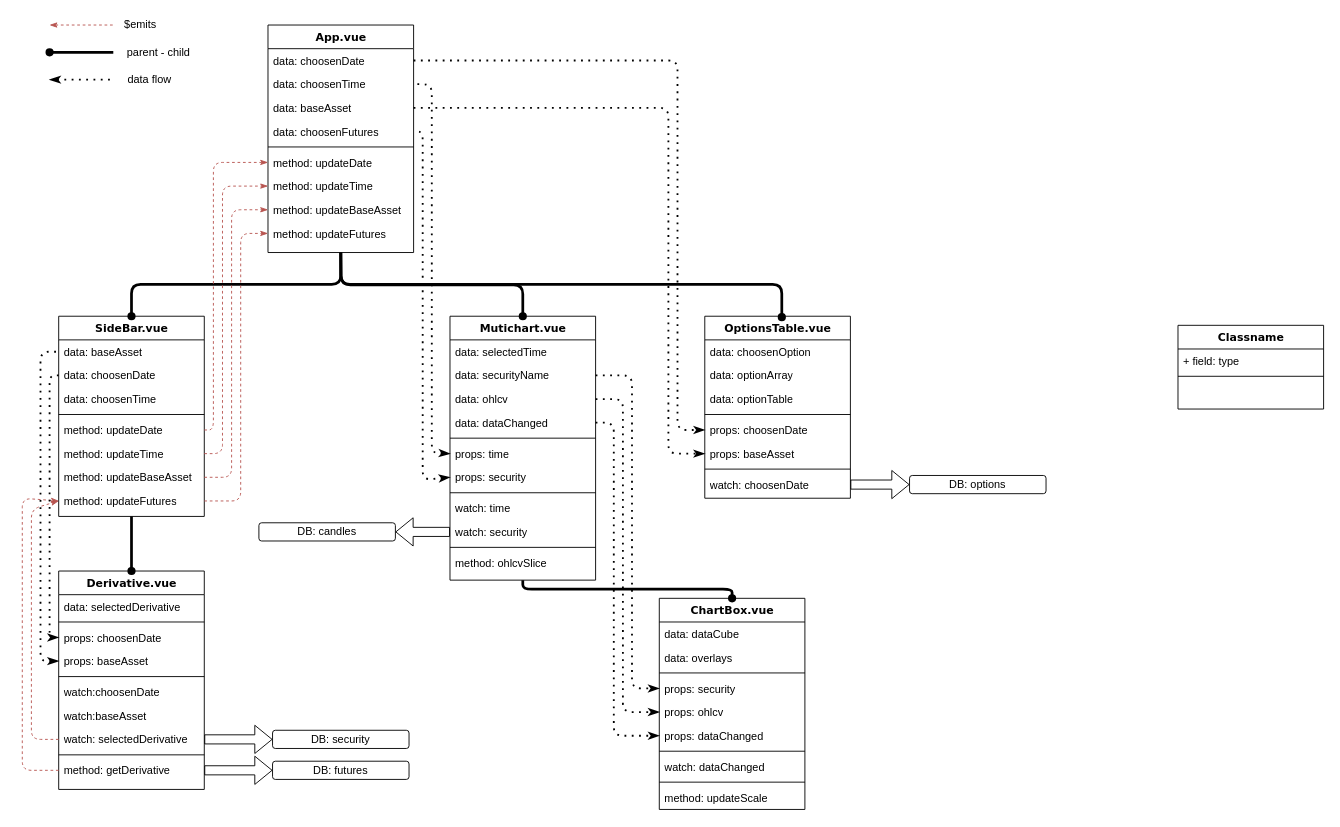
nullquant/options-vue-front keeps this draw.io diagram as Class Diagram.drawio. Above is the earlier version. Source tidied: cells renumbered, new cells numbered last; positions are measured from the earlier drawing's top-left corner, leaving out a move shared by most shapes. Both pictures are drawn from the tidied source at 91%, with x=0, y=0 at pixel (22, 15).
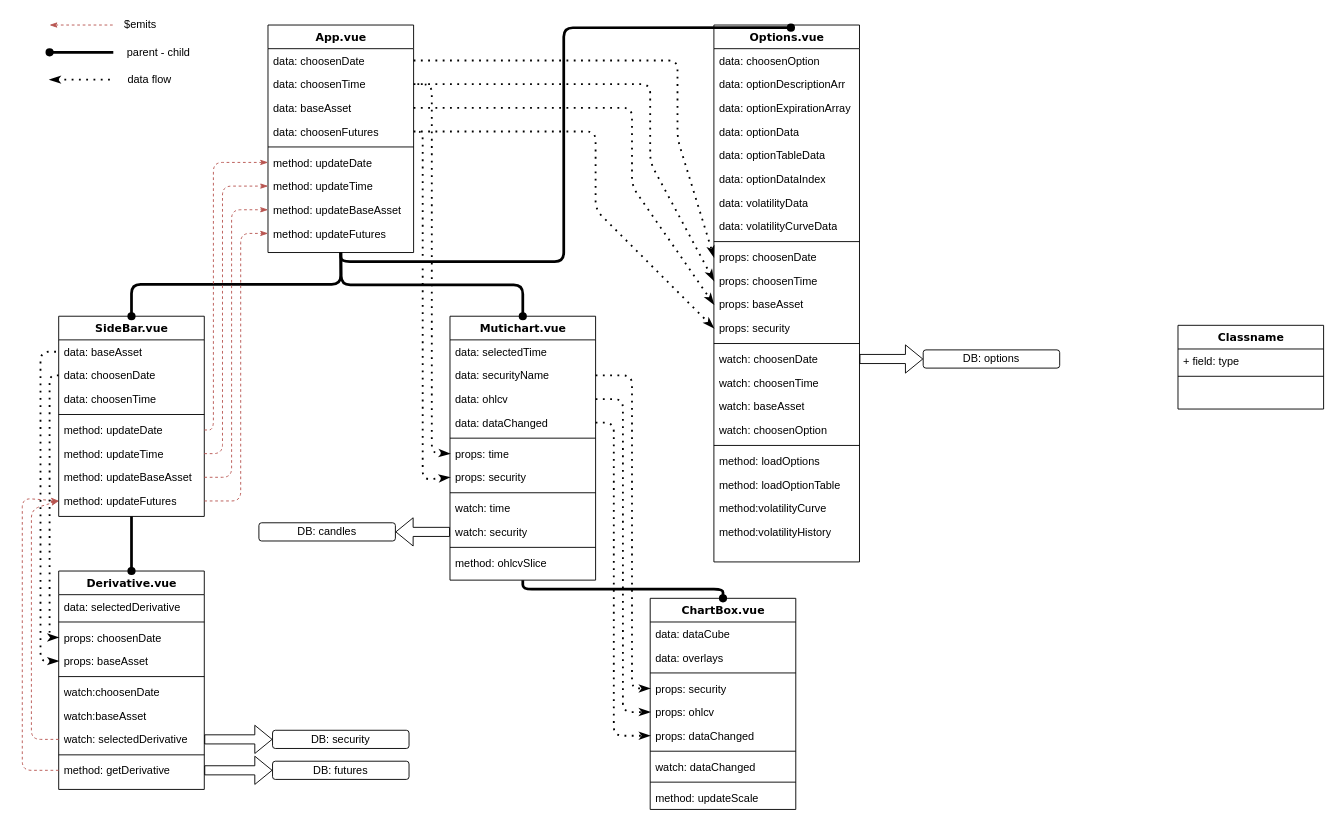
Above is the later version.

Unchanged cells that the change refers to:
```xml
<mxCell id="12" value="data: choosenDate" style="text;html=1;strokeColor=none;fillColor=none;align=left;verticalAlign=top;spacingLeft=4;spacingRight=4;whiteSpace=wrap;overflow=hidden;points=[[0,0.5],[1,0.5]];portConstraint=eastwest;" parent="11" vertex="1">
  <mxGeometry y="26" width="160" height="26" as="geometry" />
</mxCell>
<mxCell id="13" value="data: choosenTime" style="text;html=1;strokeColor=none;fillColor=none;align=left;verticalAlign=top;spacingLeft=4;spacingRight=4;whiteSpace=wrap;overflow=hidden;points=[[0,0.5],[1,0.5]];portConstraint=eastwest;" parent="11" vertex="1">
  <mxGeometry y="52" width="160" height="26" as="geometry" />
</mxCell>
<mxCell id="14" value="data: baseAsset" style="text;html=1;strokeColor=none;fillColor=none;align=left;verticalAlign=top;spacingLeft=4;spacingRight=4;whiteSpace=wrap;overflow=hidden;points=[[0,0.5],[1,0.5]];portConstraint=eastwest;" parent="11" vertex="1">
  <mxGeometry y="78" width="160" height="26" as="geometry" />
</mxCell>
<mxCell id="15" value="data: choosenFutures" style="text;html=1;strokeColor=none;fillColor=none;align=left;verticalAlign=top;spacingLeft=4;spacingRight=4;whiteSpace=wrap;overflow=hidden;points=[[0,0.5],[1,0.5]];portConstraint=eastwest;" parent="11" vertex="1">
  <mxGeometry y="104" width="160" height="26" as="geometry" />
</mxCell>
```

What changed in the source:
```diff
@@
-    <mxCell id="24" value="OptionsTable.vue" style="swimlane;html=1;fontStyle=1;align=center;verticalAlign=top;horizontal=1;startSize=26;swimlaneFillColor=#ffffff;rounded=0;shadow=0;comic=0;labelBackgroundColor=none;strokeWidth=1;fillColor=none;fontFamily=Verdana;fontSize=12;" parent="1" vertex="1">
-      <mxGeometry x="750" y="330" width="160" height="200" as="geometry" />
+    <mxCell id="24" value="Options.vue" style="swimlane;html=1;fontStyle=1;align=center;verticalAlign=top;horizontal=1;startSize=26;swimlaneFillColor=#ffffff;rounded=0;shadow=0;comic=0;labelBackgroundColor=none;strokeWidth=1;fillColor=none;fontFamily=Verdana;fontSize=12;" parent="1" vertex="1">
+      <mxGeometry x="760" y="10" width="160" height="590" as="geometry" />
     </mxCell>
@@
-    <mxCell id="26" value="data: optionArray" style="text;html=1;strokeColor=none;fillColor=none;align=left;verticalAlign=top;spacingLeft=4;spacingRight=4;whiteSpace=wrap;overflow=hidden;" parent="24" vertex="1">
+    <mxCell id="26" value="data: optionDescriptionArr" style="text;html=1;strokeColor=none;fillColor=none;align=left;verticalAlign=top;spacingLeft=4;spacingRight=4;whiteSpace=wrap;overflow=hidden;" parent="24" vertex="1">
       <mxGeometry y="52" width="160" height="26" as="geometry" />
     </mxCell>
-    <mxCell id="27" value="data: optionTable" style="text;html=1;strokeColor=none;fillColor=none;align=left;verticalAlign=top;spacingLeft=4;spacingRight=4;whiteSpace=wrap;overflow=hidden;" parent="24" vertex="1">
+    <mxCell id="27" value="data: optionExpirationArray" style="text;html=1;strokeColor=none;fillColor=none;align=left;verticalAlign=top;spacingLeft=4;spacingRight=4;whiteSpace=wrap;overflow=hidden;" parent="24" vertex="1">
       <mxGeometry y="78" width="160" height="26" as="geometry" />
     </mxCell>
+    <mxCell id="102" value="data: optionData" style="text;html=1;strokeColor=none;fillColor=none;align=left;verticalAlign=top;spacingLeft=4;spacingRight=4;whiteSpace=wrap;overflow=hidden;" parent="24" vertex="1">
+      <mxGeometry y="104" width="160" height="26" as="geometry" />
+    </mxCell>
+    <mxCell id="103" value="data: optionTableData" style="text;html=1;strokeColor=none;fillColor=none;align=left;verticalAlign=top;spacingLeft=4;spacingRight=4;whiteSpace=wrap;overflow=hidden;" parent="24" vertex="1">
+      <mxGeometry y="130" width="160" height="26" as="geometry" />
+    </mxCell>
+    <mxCell id="104" value="data: optionDataIndex" style="text;html=1;strokeColor=none;fillColor=none;align=left;verticalAlign=top;spacingLeft=4;spacingRight=4;whiteSpace=wrap;overflow=hidden;" parent="24" vertex="1">
+      <mxGeometry y="156" width="160" height="26" as="geometry" />
+    </mxCell>
+    <mxCell id="105" value="data: volatilityData" style="text;html=1;strokeColor=none;fillColor=none;align=left;verticalAlign=top;spacingLeft=4;spacingRight=4;whiteSpace=wrap;overflow=hidden;" parent="24" vertex="1">
+      <mxGeometry y="182" width="160" height="26" as="geometry" />
+    </mxCell>
+    <mxCell id="106" value="data: volatilityCurveData" style="text;html=1;strokeColor=none;fillColor=none;align=left;verticalAlign=top;spacingLeft=4;spacingRight=4;whiteSpace=wrap;overflow=hidden;" parent="24" vertex="1">
+      <mxGeometry y="208" width="160" height="26" as="geometry" />
+    </mxCell>
     <mxCell id="28" style="line;html=1;strokeWidth=1;fillColor=none;align=left;verticalAlign=middle;spacingTop=-1;spacingLeft=3;spacingRight=3;labelPosition=right;" parent="24" vertex="1">
-      <mxGeometry y="104" width="160" height="8" as="geometry" />
+      <mxGeometry y="234" width="160" height="8" as="geometry" />
     </mxCell>
     <mxCell id="29" value="props: choosenDate" style="text;html=1;strokeColor=none;fillColor=none;align=left;verticalAlign=top;spacingLeft=4;spacingRight=4;whiteSpace=wrap;overflow=hidden;points=[[0,0.5],[1,0.5]];portConstraint=eastwest;" parent="24" vertex="1">
-      <mxGeometry y="112" width="160" height="26" as="geometry" />
+      <mxGeometry y="242" width="160" height="26" as="geometry" />
     </mxCell>
-    <mxCell id="30" value="props: baseAsset" style="text;html=1;strokeColor=none;fillColor=none;align=left;verticalAlign=top;spacingLeft=4;spacingRight=4;whiteSpace=wrap;overflow=hidden;points=[[0,0.5],[1,0.5]];portConstraint=eastwest;" parent="24" vertex="1">
-      <mxGeometry y="138" width="160" height="26" as="geometry" />
+    <mxCell id="30" value="props: choosenTime" style="text;html=1;strokeColor=none;fillColor=none;align=left;verticalAlign=top;spacingLeft=4;spacingRight=4;whiteSpace=wrap;overflow=hidden;points=[[0,0.5],[1,0.5]];portConstraint=eastwest;" parent="24" vertex="1">
+      <mxGeometry y="268" width="160" height="26" as="geometry" />
     </mxCell>
+    <mxCell id="107" value="props: baseAsset" style="text;html=1;strokeColor=none;fillColor=none;align=left;verticalAlign=top;spacingLeft=4;spacingRight=4;whiteSpace=wrap;overflow=hidden;points=[[0,0.5],[1,0.5]];portConstraint=eastwest;" parent="24" vertex="1">
+      <mxGeometry y="294" width="160" height="26" as="geometry" />
+    </mxCell>
+    <mxCell id="108" value="props: security" style="text;html=1;strokeColor=none;fillColor=none;align=left;verticalAlign=top;spacingLeft=4;spacingRight=4;whiteSpace=wrap;overflow=hidden;points=[[0,0.5],[1,0.5]];portConstraint=eastwest;" parent="24" vertex="1">
+      <mxGeometry y="320" width="160" height="26" as="geometry" />
+    </mxCell>
     <mxCell id="31" style="line;html=1;strokeWidth=1;fillColor=none;align=left;verticalAlign=middle;spacingTop=-1;spacingLeft=3;spacingRight=3;labelPosition=right;" parent="24" vertex="1">
-      <mxGeometry y="164" width="160" height="8" as="geometry" />
+      <mxGeometry y="346" width="160" height="8" as="geometry" />
     </mxCell>
     <mxCell id="32" value="watch: choosenDate" style="text;html=1;strokeColor=none;fillColor=none;align=left;verticalAlign=top;spacingLeft=4;spacingRight=4;whiteSpace=wrap;overflow=hidden;points=[[0,0.5],[1,0.5]];portConstraint=eastwest;" parent="24" vertex="1">
-      <mxGeometry y="172" width="160" height="26" as="geometry" />
+      <mxGeometry y="354" width="160" height="26" as="geometry" />
     </mxCell>
+    <mxCell id="109" value="watch: choosenTime" style="text;html=1;strokeColor=none;fillColor=none;align=left;verticalAlign=top;spacingLeft=4;spacingRight=4;whiteSpace=wrap;overflow=hidden;" parent="24" vertex="1">
+      <mxGeometry y="380" width="160" height="26" as="geometry" />
+    </mxCell>
+    <mxCell id="110" value="watch: baseAsset" style="text;html=1;strokeColor=none;fillColor=none;align=left;verticalAlign=top;spacingLeft=4;spacingRight=4;whiteSpace=wrap;overflow=hidden;" parent="24" vertex="1">
+      <mxGeometry y="406" width="160" height="26" as="geometry" />
+    </mxCell>
+    <mxCell id="111" value="watch: choosenOption" style="text;html=1;strokeColor=none;fillColor=none;align=left;verticalAlign=top;spacingLeft=4;spacingRight=4;whiteSpace=wrap;overflow=hidden;" parent="24" vertex="1">
+      <mxGeometry y="432" width="160" height="26" as="geometry" />
+    </mxCell>
+    <mxCell id="112" style="line;html=1;strokeWidth=1;fillColor=none;align=left;verticalAlign=middle;spacingTop=-1;spacingLeft=3;spacingRight=3;labelPosition=right;" parent="24" vertex="1">
+      <mxGeometry y="458" width="160" height="8" as="geometry" />
+    </mxCell>
+    <mxCell id="113" value="method: loadOptions" style="text;html=1;strokeColor=none;fillColor=none;align=left;verticalAlign=top;spacingLeft=4;spacingRight=4;whiteSpace=wrap;overflow=hidden;" parent="24" vertex="1">
+      <mxGeometry y="466" width="160" height="26" as="geometry" />
+    </mxCell>
+    <mxCell id="114" value="method: loadOptionTable" style="text;html=1;strokeColor=none;fillColor=none;align=left;verticalAlign=top;spacingLeft=4;spacingRight=4;whiteSpace=wrap;overflow=hidden;" parent="24" vertex="1">
+      <mxGeometry y="492" width="160" height="26" as="geometry" />
+    </mxCell>
+    <mxCell id="115" value="method:volatilityCurve" style="text;html=1;strokeColor=none;fillColor=none;align=left;verticalAlign=top;spacingLeft=4;spacingRight=4;whiteSpace=wrap;overflow=hidden;" parent="24" vertex="1">
+      <mxGeometry y="518" width="160" height="26" as="geometry" />
+    </mxCell>
+    <mxCell id="116" value="method:volatilityHistory" style="text;html=1;strokeColor=none;fillColor=none;align=left;verticalAlign=top;spacingLeft=4;spacingRight=4;whiteSpace=wrap;overflow=hidden;" parent="24" vertex="1">
+      <mxGeometry y="544" width="160" height="26" as="geometry" />
+    </mxCell>
@@
     <mxCell id="75" value="ChartBox.vue" style="swimlane;html=1;fontStyle=1;align=center;verticalAlign=top;horizontal=1;startSize=26;swimlaneFillColor=#ffffff;rounded=0;shadow=0;comic=0;labelBackgroundColor=none;strokeWidth=1;fillColor=none;fontFamily=Verdana;fontSize=12;" parent="1" vertex="1">
-      <mxGeometry x="700" y="640" width="160" height="232" as="geometry" />
+      <mxGeometry x="690" y="640" width="160" height="232" as="geometry" />
     </mxCell>
@@
     <mxCell id="91" style="endArrow=classicThin;dashed=1;html=1;dashPattern=1 3;strokeWidth=2;entryX=0;entryY=0.5;entryDx=0;entryDy=0;exitX=1;exitY=0.5;exitDx=0;exitDy=0;endFill=1;" parent="1" edge="1" source="12" target="29">
       <mxGeometry relative="1" as="geometry">
         <Array as="points">
           <mxPoint x="720" y="49" />
-          <mxPoint x="720" y="455" />
+          <mxPoint x="720" y="135" />
         </Array>
       </mxGeometry>
     </mxCell>
-    <mxCell id="92" style="endArrow=classicThin;dashed=1;html=1;dashPattern=1 3;strokeWidth=2;entryX=0;entryY=0.5;entryDx=0;entryDy=0;exitX=1;exitY=0.5;exitDx=0;exitDy=0;endFill=1;" parent="1" edge="1" source="14" target="30">
+    <mxCell id="92" style="endArrow=classicThin;dashed=1;html=1;dashPattern=1 3;strokeWidth=2;entryX=0;entryY=0.5;entryDx=0;entryDy=0;exitX=1;exitY=0.5;exitDx=0;exitDy=0;endFill=1;" parent="1" edge="1" source="14" target="107">
       <mxGeometry relative="1" as="geometry">
         <Array as="points">
-          <mxPoint x="710" y="101" />
-          <mxPoint x="710" y="481" />
+          <mxPoint x="670" y="101" />
+          <mxPoint x="670" y="187" />
         </Array>
       </mxGeometry>
     </mxCell>
@@
     <mxCell id="100" value="DB: options" style="text;html=1;align=center;verticalAlign=middle;whiteSpace=wrap;rounded=1;shadow=0;strokeColor=#000000;glass=0;sketch=0;perimeterSpacing=0;" parent="1" vertex="1">
-      <mxGeometry x="975" y="505" width="150" height="20" as="geometry" />
+      <mxGeometry x="990" y="367" width="150" height="20" as="geometry" />
     </mxCell>
-    <mxCell id="101" style="shape=flexArrow;endArrow=classic;html=1;endSize=6;strokeWidth=1;entryX=0;entryY=0.5;entryDx=0;entryDy=0;exitX=1;exitY=0.5;exitDx=0;exitDy=0;" parent="1" edge="1" source="32" target="100">
+    <mxCell id="101" style="shape=flexArrow;endArrow=classic;html=1;endSize=6;strokeWidth=1;exitX=1;exitY=0.5;exitDx=0;exitDy=0;entryX=0;entryY=0.5;entryDx=0;entryDy=0;" parent="1" edge="1" source="32" target="100">
       <mxGeometry relative="1" as="geometry" />
     </mxCell>
+    <mxCell id="117" style="endArrow=classicThin;dashed=1;html=1;dashPattern=1 3;strokeWidth=2;entryX=0;entryY=0.5;entryDx=0;entryDy=0;exitX=1;exitY=0.5;exitDx=0;exitDy=0;endFill=1;" parent="1" edge="1" source="13" target="30">
+      <mxGeometry relative="1" as="geometry">
+        <Array as="points">
+          <mxPoint x="690" y="75" />
+          <mxPoint x="690" y="161" />
+        </Array>
+      </mxGeometry>
+    </mxCell>
+    <mxCell id="118" style="endArrow=classicThin;dashed=1;html=1;dashPattern=1 3;strokeWidth=2;entryX=0;entryY=0.5;entryDx=0;entryDy=0;exitX=1;exitY=0.5;exitDx=0;exitDy=0;endFill=1;" parent="1" edge="1" source="15" target="108">
+      <mxGeometry relative="1" as="geometry">
+        <Array as="points">
+          <mxPoint x="630" y="127" />
+          <mxPoint x="630" y="213" />
+        </Array>
+      </mxGeometry>
+    </mxCell>
```
